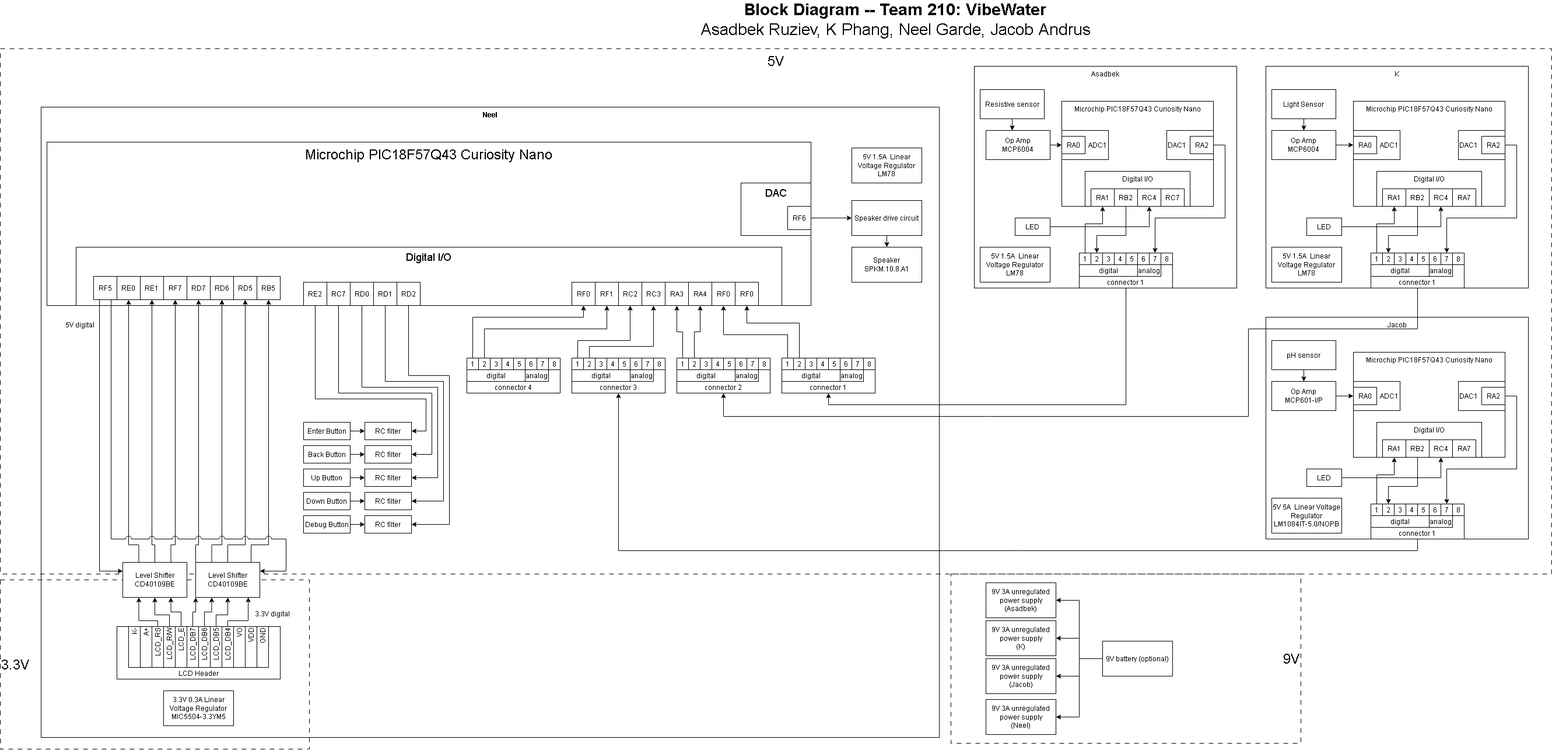
Earlier version of the draw.io export docs/GroupBlockDiagram.png (EGR304-2025-F-210/EGR304-2025-F-210.github.io). Source tidied: cells renumbered, new cells last; positions are measured from the earlier drawing's top-left corner, leaving out a move shared by most shapes.
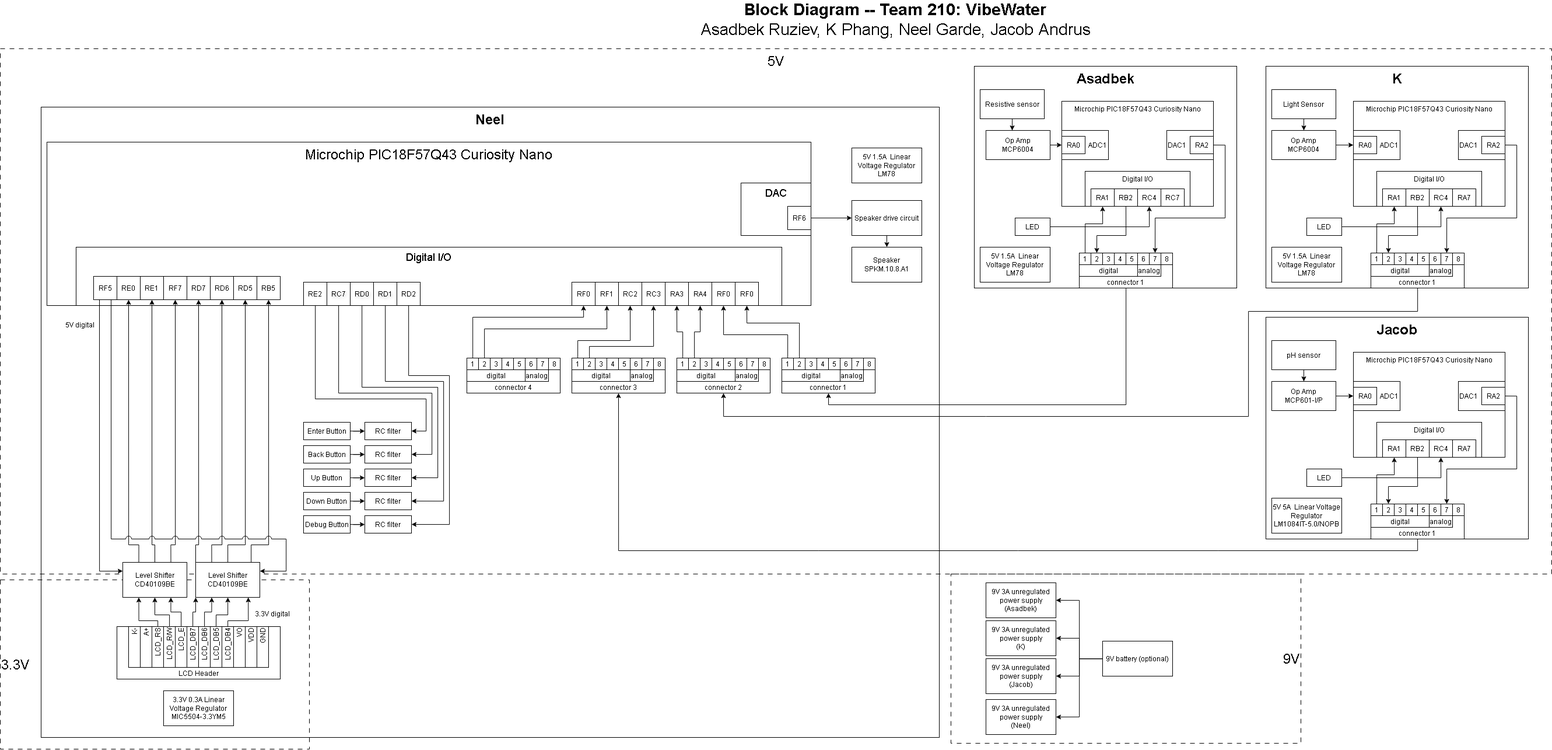
The same file after the commit.

Commit message:
Made names clearer on group block diagram

The edit, as a diff of the source:
```diff
@@ -5,13 +5,13 @@
     <mxCell id="2" value="5V" style="rounded=0;whiteSpace=wrap;html=1;fillColor=none;dashed=1;dashPattern=8 8;verticalAlign=top;fontSize=24;align=center;" parent="1" vertex="1">
       <mxGeometry y="80" width="2660" height="900" as="geometry" />
     </mxCell>
-    <mxCell id="3" value="Neel" style="rounded=0;whiteSpace=wrap;html=1;fillColor=none;fontStyle=1;verticalAlign=top;" parent="1" vertex="1">
+    <mxCell id="3" value="Neel" style="rounded=0;whiteSpace=wrap;html=1;fillColor=none;fontStyle=1;verticalAlign=top;fontSize=24;" parent="1" vertex="1">
       <mxGeometry x="70" y="180" width="1540" height="1080" as="geometry" />
     </mxCell>
-    <mxCell id="4" style="group;" parent="1" vertex="1">
+    <mxCell id="4" style="group;fontStyle=1;fontSize=18;" parent="1" vertex="1">
       <mxGeometry x="1670" y="110" width="450" height="380" as="geometry" />
     </mxCell>
-    <mxCell id="5" value="Asadbek" style="rounded=0;whiteSpace=wrap;html=1;fillColor=none;verticalAlign=top;" parent="4" vertex="1">
+    <mxCell id="5" value="Asadbek" style="rounded=0;whiteSpace=wrap;html=1;fillColor=none;verticalAlign=top;fontSize=24;fontStyle=1;" parent="4" vertex="1">
       <mxGeometry width="450" height="380" as="geometry" />
     </mxCell>
     <mxCell id="6" value="Microchip PIC18F57Q43 Curiosity Nano" style="rounded=0;whiteSpace=wrap;html=1;verticalAlign=top;fillColor=default;" parent="4" vertex="1">
@@ -126,10 +126,10 @@
     <mxCell id="35" value="&lt;div&gt;&lt;b&gt;Block Diagram -- Team 210: VibeWater&lt;/b&gt;&lt;/div&gt;&lt;div&gt;Asadbek Ruziev, K Phang, Neel Garde, Jacob Andrus&lt;/div&gt;" style="text;html=1;strokeColor=none;fillColor=none;align=center;verticalAlign=middle;whiteSpace=wrap;rounded=0;fontSize=28;" parent="1" vertex="1">
       <mxGeometry x="1170" width="730" height="60" as="geometry" />
     </mxCell>
-    <mxCell id="36" style="group;" parent="1" vertex="1">
+    <mxCell id="36" style="group;fontSize=24;fontStyle=1;" parent="1" vertex="1">
       <mxGeometry x="2170" y="110" width="450" height="380" as="geometry" />
     </mxCell>
-    <mxCell id="37" value="K" style="rounded=0;whiteSpace=wrap;html=1;fillColor=none;verticalAlign=top;" parent="36" vertex="1">
+    <mxCell id="37" value="K" style="rounded=0;whiteSpace=wrap;html=1;fillColor=none;verticalAlign=top;fontSize=24;fontStyle=1;" parent="36" vertex="1">
       <mxGeometry width="450" height="380" as="geometry" />
     </mxCell>
     <mxCell id="38" value="Microchip PIC18F57Q43 Curiosity Nano" style="rounded=0;whiteSpace=wrap;html=1;verticalAlign=top;fillColor=default;" parent="36" vertex="1">
@@ -244,10 +244,10 @@
     <mxCell id="69" value="&lt;div&gt;5V 1.5A&amp;nbsp; Linear Voltage Regulator&lt;/div&gt;&lt;div&gt;LM78&lt;/div&gt;" style="rounded=0;whiteSpace=wrap;html=1;" parent="36" vertex="1">
       <mxGeometry x="10" y="310" width="120" height="60" as="geometry" />
     </mxCell>
-    <mxCell id="70" style="group;" parent="1" vertex="1">
+    <mxCell id="70" style="group;fontSize=17;" parent="1" vertex="1">
       <mxGeometry x="2170" y="540" width="450" height="380" as="geometry" />
     </mxCell>
-    <mxCell id="71" value="Jacob" style="rounded=0;whiteSpace=wrap;html=1;fillColor=none;verticalAlign=top;" parent="70" vertex="1">
+    <mxCell id="71" value="Jacob" style="rounded=0;whiteSpace=wrap;html=1;fillColor=none;verticalAlign=top;fontSize=24;fontStyle=1;" parent="70" vertex="1">
       <mxGeometry width="450" height="380" as="geometry" />
     </mxCell>
     <mxCell id="72" value="Microchip PIC18F57Q43 Curiosity Nano" style="rounded=0;whiteSpace=wrap;html=1;verticalAlign=top;fillColor=default;" parent="70" vertex="1">
@@ -934,8 +934,8 @@
     <mxCell id="253" style="edgeStyle=orthogonalEdgeStyle;rounded=0;jettySize=auto;html=1;entryX=0.5;entryY=1;entryDx=0;entryDy=0;" parent="1" edge="1" source="58" target="135">
       <mxGeometry relative="1" as="geometry">
         <Array as="points">
-          <mxPoint x="2430" y="560" />
-          <mxPoint x="2140" y="560" />
+          <mxPoint x="2430" y="530" />
+          <mxPoint x="2140" y="530" />
           <mxPoint x="2140" y="710" />
           <mxPoint x="1240" y="710" />
         </Array>
```
